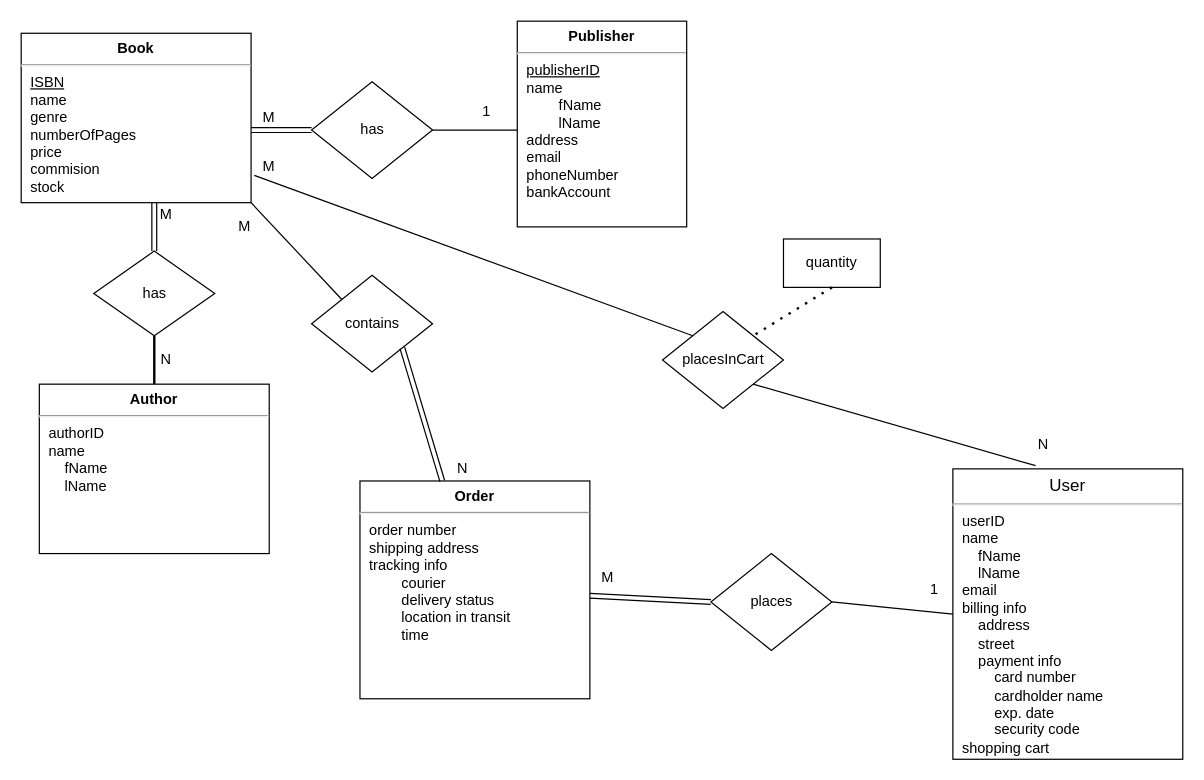
Above: report/ERDiagram.drawio in phampe68/COMP3005FinalProject (draw.io), before the change. Source tidied: cells renumbered, new cells numbered last; positions are measured from the earlier drawing's top-left corner, leaving out a move shared by most shapes. Both pictures are drawn from the tidied source at 121%, with x=0, y=0 at pixel (21, 21).
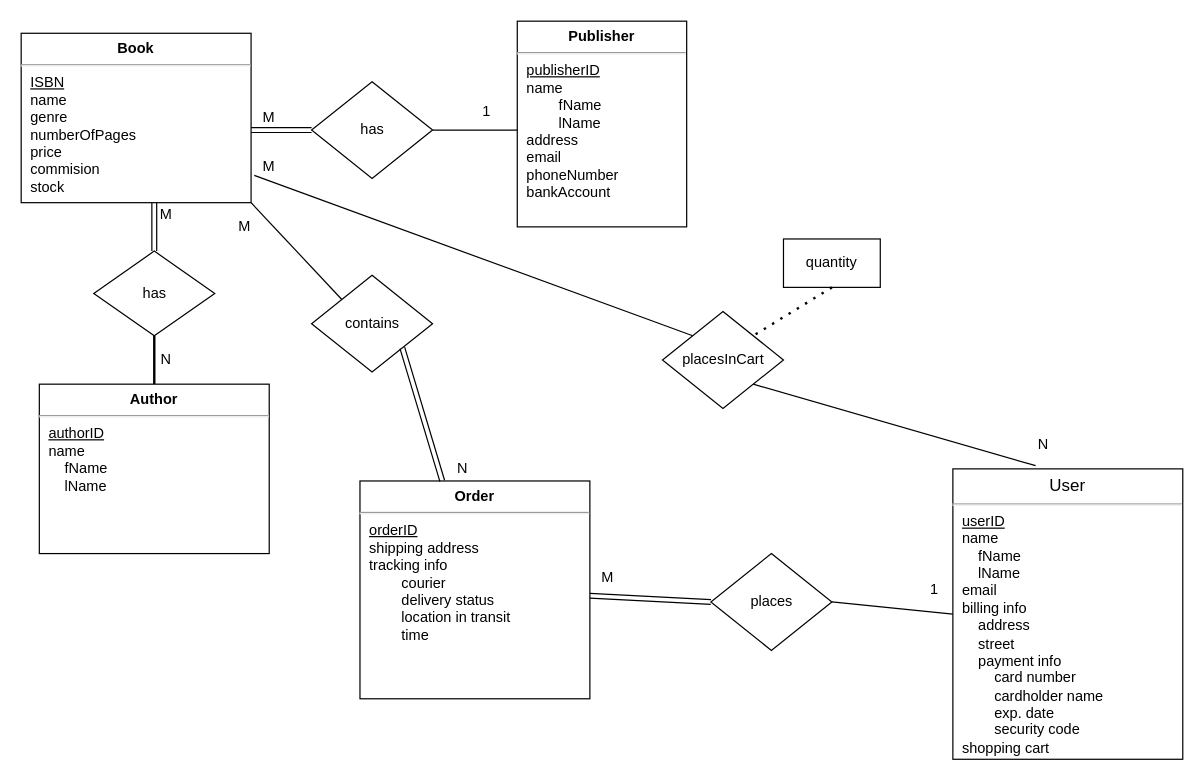
After the change.

Change to the diagram source:
```diff
@@
-    <mxCell id="14" value="&lt;p style=&quot;margin: 0px ; margin-top: 6px ; text-align: center&quot;&gt;&lt;b&gt;Author&lt;/b&gt;&lt;/p&gt;&lt;hr&gt;&lt;p style=&quot;margin: 0px ; margin-left: 8px&quot;&gt;authorID&lt;br style=&quot;padding: 0px ; margin: 0px&quot;&gt;name&lt;br style=&quot;padding: 0px ; margin: 0px&quot;&gt;&amp;nbsp;&amp;nbsp;&amp;nbsp;&amp;nbsp;fName&lt;br style=&quot;padding: 0px ; margin: 0px&quot;&gt;&amp;nbsp;&amp;nbsp;&amp;nbsp;&amp;nbsp;lName&lt;/p&gt;&lt;div style=&quot;padding: 0px ; margin: 0px&quot;&gt;&lt;br style=&quot;padding: 0px ; margin: 0px&quot;&gt;&lt;/div&gt;&lt;p style=&quot;margin: 0px ; margin-left: 8px&quot;&gt;&lt;br&gt;&lt;/p&gt;&lt;p style=&quot;margin: 0px ; margin-left: 8px&quot;&gt;&lt;br&gt;&lt;/p&gt;&lt;p style=&quot;margin: 0px ; margin-left: 8px&quot;&gt;&lt;br&gt;&lt;/p&gt;&lt;p style=&quot;margin: 0px ; margin-left: 8px&quot;&gt;&lt;br&gt;&lt;/p&gt;&lt;p style=&quot;margin: 0px ; margin-left: 8px&quot;&gt;&lt;br&gt;&lt;/p&gt;&lt;p style=&quot;margin: 0px ; margin-left: 8px&quot;&gt;&lt;br&gt;&lt;/p&gt;&lt;p style=&quot;margin: 0px ; margin-left: 8px&quot;&gt;&lt;br&gt;&lt;/p&gt;" style="align=left;overflow=fill;html=1;" parent="1" vertex="1">
+    <mxCell id="14" value="&lt;p style=&quot;margin: 0px ; margin-top: 6px ; text-align: center&quot;&gt;&lt;b&gt;Author&lt;/b&gt;&lt;/p&gt;&lt;hr&gt;&lt;p style=&quot;margin: 0px ; margin-left: 8px&quot;&gt;&lt;u&gt;authorID&lt;/u&gt;&lt;br style=&quot;padding: 0px ; margin: 0px&quot;&gt;name&lt;br style=&quot;padding: 0px ; margin: 0px&quot;&gt;&amp;nbsp;&amp;nbsp;&amp;nbsp;&amp;nbsp;fName&lt;br style=&quot;padding: 0px ; margin: 0px&quot;&gt;&amp;nbsp;&amp;nbsp;&amp;nbsp;&amp;nbsp;lName&lt;/p&gt;&lt;div style=&quot;padding: 0px ; margin: 0px&quot;&gt;&lt;br style=&quot;padding: 0px ; margin: 0px&quot;&gt;&lt;/div&gt;&lt;p style=&quot;margin: 0px ; margin-left: 8px&quot;&gt;&lt;br&gt;&lt;/p&gt;&lt;p style=&quot;margin: 0px ; margin-left: 8px&quot;&gt;&lt;br&gt;&lt;/p&gt;&lt;p style=&quot;margin: 0px ; margin-left: 8px&quot;&gt;&lt;br&gt;&lt;/p&gt;&lt;p style=&quot;margin: 0px ; margin-left: 8px&quot;&gt;&lt;br&gt;&lt;/p&gt;&lt;p style=&quot;margin: 0px ; margin-left: 8px&quot;&gt;&lt;br&gt;&lt;/p&gt;&lt;p style=&quot;margin: 0px ; margin-left: 8px&quot;&gt;&lt;br&gt;&lt;/p&gt;&lt;p style=&quot;margin: 0px ; margin-left: 8px&quot;&gt;&lt;br&gt;&lt;/p&gt;" style="align=left;overflow=fill;html=1;" parent="1" vertex="1">
       <mxGeometry x="15" y="300" width="190" height="140" as="geometry" />
     </mxCell>
-    <mxCell id="15" value="&lt;p style=&quot;margin: 0px ; margin-top: 6px ; text-align: center&quot;&gt;&lt;span style=&quot;font-size: 14px&quot;&gt;User&lt;/span&gt;&lt;br&gt;&lt;/p&gt;&lt;hr&gt;&lt;p style=&quot;margin: 0px ; margin-left: 8px&quot;&gt;userID&lt;/p&gt;&lt;p style=&quot;margin: 0px ; margin-left: 8px&quot;&gt;name&lt;br style=&quot;padding: 0px ; margin: 0px&quot;&gt;&amp;nbsp;&amp;nbsp;&amp;nbsp;&amp;nbsp;fName&lt;br style=&quot;padding: 0px ; margin: 0px&quot;&gt;&amp;nbsp;&amp;nbsp;&amp;nbsp;&amp;nbsp;lName&lt;br style=&quot;padding: 0px ; margin: 0px&quot;&gt;email&lt;br style=&quot;padding: 0px ; margin: 0px&quot;&gt;billing info&lt;br style=&quot;padding: 0px ; margin: 0px&quot;&gt;&amp;nbsp;&amp;nbsp;&amp;nbsp;&amp;nbsp;address&lt;br style=&quot;padding: 0px ; margin: 0px&quot;&gt;&amp;nbsp;&amp;nbsp;&amp;nbsp;&amp;nbsp;street&lt;br style=&quot;padding: 0px ; margin: 0px&quot;&gt;&amp;nbsp;&amp;nbsp;&amp;nbsp;&amp;nbsp;payment info&lt;br style=&quot;padding: 0px ; margin: 0px&quot;&gt;&amp;nbsp;&amp;nbsp;&amp;nbsp;&amp;nbsp;&amp;nbsp;&amp;nbsp;&amp;nbsp;&amp;nbsp;card number&lt;br style=&quot;padding: 0px ; margin: 0px&quot;&gt;&amp;nbsp;&amp;nbsp;&amp;nbsp;&amp;nbsp;&amp;nbsp;&amp;nbsp;&amp;nbsp;&amp;nbsp;cardholder name&lt;br style=&quot;padding: 0px ; margin: 0px&quot;&gt;&amp;nbsp;&amp;nbsp;&amp;nbsp;&amp;nbsp;&amp;nbsp;&amp;nbsp;&amp;nbsp;&amp;nbsp;exp. date&lt;br style=&quot;padding: 0px ; margin: 0px&quot;&gt;&amp;nbsp;&amp;nbsp;&amp;nbsp;&amp;nbsp;&amp;nbsp;&amp;nbsp;&amp;nbsp;&amp;nbsp;security code&lt;/p&gt;&lt;p style=&quot;margin: 0px ; margin-left: 8px&quot;&gt;shopping cart&lt;/p&gt;&lt;p style=&quot;margin: 0px ; margin-left: 8px&quot;&gt;&lt;span style=&quot;white-space: pre&quot;&gt;&#9;&lt;/span&gt;&lt;br&gt;&lt;/p&gt;&lt;div style=&quot;padding: 0px ; margin: 0px&quot;&gt;&lt;br style=&quot;padding: 0px ; margin: 0px&quot;&gt;&lt;/div&gt;&lt;div style=&quot;padding: 0px ; margin: 0px&quot;&gt;&lt;br style=&quot;padding: 0px ; margin: 0px&quot;&gt;&lt;/div&gt;&lt;p style=&quot;margin: 0px ; margin-left: 8px&quot;&gt;&lt;br&gt;&lt;/p&gt;&lt;p style=&quot;margin: 0px ; margin-left: 8px&quot;&gt;&lt;br&gt;&lt;/p&gt;&lt;p style=&quot;margin: 0px ; margin-left: 8px&quot;&gt;&lt;br&gt;&lt;/p&gt;&lt;p style=&quot;margin: 0px ; margin-left: 8px&quot;&gt;&lt;br&gt;&lt;/p&gt;&lt;p style=&quot;margin: 0px ; margin-left: 8px&quot;&gt;&lt;br&gt;&lt;/p&gt;&lt;p style=&quot;margin: 0px ; margin-left: 8px&quot;&gt;&lt;br&gt;&lt;/p&gt;&lt;p style=&quot;margin: 0px ; margin-left: 8px&quot;&gt;&lt;br&gt;&lt;/p&gt;" style="align=left;overflow=fill;html=1;" parent="1" vertex="1">
+    <mxCell id="15" value="&lt;p style=&quot;margin: 0px ; margin-top: 6px ; text-align: center&quot;&gt;&lt;span style=&quot;font-size: 14px&quot;&gt;User&lt;/span&gt;&lt;br&gt;&lt;/p&gt;&lt;hr&gt;&lt;p style=&quot;margin: 0px ; margin-left: 8px&quot;&gt;&lt;u&gt;userID&lt;/u&gt;&lt;/p&gt;&lt;p style=&quot;margin: 0px ; margin-left: 8px&quot;&gt;name&lt;br style=&quot;padding: 0px ; margin: 0px&quot;&gt;&amp;nbsp;&amp;nbsp;&amp;nbsp;&amp;nbsp;fName&lt;br style=&quot;padding: 0px ; margin: 0px&quot;&gt;&amp;nbsp;&amp;nbsp;&amp;nbsp;&amp;nbsp;lName&lt;br style=&quot;padding: 0px ; margin: 0px&quot;&gt;email&lt;br style=&quot;padding: 0px ; margin: 0px&quot;&gt;billing info&lt;br style=&quot;padding: 0px ; margin: 0px&quot;&gt;&amp;nbsp;&amp;nbsp;&amp;nbsp;&amp;nbsp;address&lt;br style=&quot;padding: 0px ; margin: 0px&quot;&gt;&amp;nbsp;&amp;nbsp;&amp;nbsp;&amp;nbsp;street&lt;br style=&quot;padding: 0px ; margin: 0px&quot;&gt;&amp;nbsp;&amp;nbsp;&amp;nbsp;&amp;nbsp;payment info&lt;br style=&quot;padding: 0px ; margin: 0px&quot;&gt;&amp;nbsp;&amp;nbsp;&amp;nbsp;&amp;nbsp;&amp;nbsp;&amp;nbsp;&amp;nbsp;&amp;nbsp;card number&lt;br style=&quot;padding: 0px ; margin: 0px&quot;&gt;&amp;nbsp;&amp;nbsp;&amp;nbsp;&amp;nbsp;&amp;nbsp;&amp;nbsp;&amp;nbsp;&amp;nbsp;cardholder name&lt;br style=&quot;padding: 0px ; margin: 0px&quot;&gt;&amp;nbsp;&amp;nbsp;&amp;nbsp;&amp;nbsp;&amp;nbsp;&amp;nbsp;&amp;nbsp;&amp;nbsp;exp. date&lt;br style=&quot;padding: 0px ; margin: 0px&quot;&gt;&amp;nbsp;&amp;nbsp;&amp;nbsp;&amp;nbsp;&amp;nbsp;&amp;nbsp;&amp;nbsp;&amp;nbsp;security code&lt;/p&gt;&lt;p style=&quot;margin: 0px ; margin-left: 8px&quot;&gt;shopping cart&lt;/p&gt;&lt;p style=&quot;margin: 0px ; margin-left: 8px&quot;&gt;&lt;span style=&quot;white-space: pre&quot;&gt;&#9;&lt;/span&gt;&lt;br&gt;&lt;/p&gt;&lt;div style=&quot;padding: 0px ; margin: 0px&quot;&gt;&lt;br style=&quot;padding: 0px ; margin: 0px&quot;&gt;&lt;/div&gt;&lt;div style=&quot;padding: 0px ; margin: 0px&quot;&gt;&lt;br style=&quot;padding: 0px ; margin: 0px&quot;&gt;&lt;/div&gt;&lt;p style=&quot;margin: 0px ; margin-left: 8px&quot;&gt;&lt;br&gt;&lt;/p&gt;&lt;p style=&quot;margin: 0px ; margin-left: 8px&quot;&gt;&lt;br&gt;&lt;/p&gt;&lt;p style=&quot;margin: 0px ; margin-left: 8px&quot;&gt;&lt;br&gt;&lt;/p&gt;&lt;p style=&quot;margin: 0px ; margin-left: 8px&quot;&gt;&lt;br&gt;&lt;/p&gt;&lt;p style=&quot;margin: 0px ; margin-left: 8px&quot;&gt;&lt;br&gt;&lt;/p&gt;&lt;p style=&quot;margin: 0px ; margin-left: 8px&quot;&gt;&lt;br&gt;&lt;/p&gt;&lt;p style=&quot;margin: 0px ; margin-left: 8px&quot;&gt;&lt;br&gt;&lt;/p&gt;" style="align=left;overflow=fill;html=1;" parent="1" vertex="1">
       <mxGeometry x="770" y="370" width="190" height="240" as="geometry" />
     </mxCell>
-    <mxCell id="16" value="&lt;p style=&quot;margin: 0px ; margin-top: 6px ; text-align: center&quot;&gt;&lt;b&gt;Order&lt;/b&gt;&lt;/p&gt;&lt;hr&gt;&lt;p style=&quot;margin: 0px ; margin-left: 8px&quot;&gt;order number&lt;br style=&quot;padding: 0px ; margin: 0px&quot;&gt;shipping address&lt;br style=&quot;padding: 0px ; margin: 0px&quot;&gt;tracking info&amp;nbsp;&lt;/p&gt;&lt;p style=&quot;margin: 0px ; margin-left: 8px&quot;&gt;&lt;span style=&quot;white-space: pre&quot;&gt;&#9;&lt;/span&gt;courier&lt;/p&gt;&lt;p style=&quot;margin: 0px ; margin-left: 8px&quot;&gt;&lt;span style=&quot;white-space: pre&quot;&gt;&#9;&lt;/span&gt;delivery status&amp;nbsp;&lt;/p&gt;&lt;p style=&quot;margin: 0px ; margin-left: 8px&quot;&gt;&lt;span style=&quot;white-space: pre&quot;&gt;&#9;&lt;/span&gt;location in transit&amp;nbsp;&lt;/p&gt;&lt;p style=&quot;margin: 0px ; margin-left: 8px&quot;&gt;&lt;span style=&quot;white-space: pre&quot;&gt;&#9;&lt;/span&gt;time&lt;br&gt;&lt;/p&gt;&lt;div style=&quot;padding: 0px ; margin: 0px&quot;&gt;&lt;br style=&quot;padding: 0px ; margin: 0px&quot;&gt;&lt;/div&gt;&lt;p style=&quot;margin: 0px ; margin-left: 8px&quot;&gt;&lt;br&gt;&lt;/p&gt;&lt;p style=&quot;margin: 0px ; margin-left: 8px&quot;&gt;&lt;br&gt;&lt;/p&gt;&lt;p style=&quot;margin: 0px ; margin-left: 8px&quot;&gt;&lt;br&gt;&lt;/p&gt;&lt;p style=&quot;margin: 0px ; margin-left: 8px&quot;&gt;&lt;br&gt;&lt;/p&gt;&lt;p style=&quot;margin: 0px ; margin-left: 8px&quot;&gt;&lt;br&gt;&lt;/p&gt;&lt;p style=&quot;margin: 0px ; margin-left: 8px&quot;&gt;&lt;br&gt;&lt;/p&gt;&lt;p style=&quot;margin: 0px ; margin-left: 8px&quot;&gt;&lt;br&gt;&lt;/p&gt;" style="align=left;overflow=fill;html=1;" parent="1" vertex="1">
+    <mxCell id="16" value="&lt;p style=&quot;margin: 0px ; margin-top: 6px ; text-align: center&quot;&gt;&lt;b&gt;Order&lt;/b&gt;&lt;/p&gt;&lt;hr&gt;&lt;p style=&quot;margin: 0px ; margin-left: 8px&quot;&gt;&lt;u&gt;orderID&lt;/u&gt;&lt;br style=&quot;padding: 0px ; margin: 0px&quot;&gt;shipping address&lt;br style=&quot;padding: 0px ; margin: 0px&quot;&gt;tracking info&amp;nbsp;&lt;/p&gt;&lt;p style=&quot;margin: 0px ; margin-left: 8px&quot;&gt;&lt;span style=&quot;white-space: pre&quot;&gt;&#9;&lt;/span&gt;courier&lt;/p&gt;&lt;p style=&quot;margin: 0px ; margin-left: 8px&quot;&gt;&lt;span style=&quot;white-space: pre&quot;&gt;&#9;&lt;/span&gt;delivery status&amp;nbsp;&lt;/p&gt;&lt;p style=&quot;margin: 0px ; margin-left: 8px&quot;&gt;&lt;span style=&quot;white-space: pre&quot;&gt;&#9;&lt;/span&gt;location in transit&amp;nbsp;&lt;/p&gt;&lt;p style=&quot;margin: 0px ; margin-left: 8px&quot;&gt;&lt;span style=&quot;white-space: pre&quot;&gt;&#9;&lt;/span&gt;time&lt;br&gt;&lt;/p&gt;&lt;div style=&quot;padding: 0px ; margin: 0px&quot;&gt;&lt;br style=&quot;padding: 0px ; margin: 0px&quot;&gt;&lt;/div&gt;&lt;p style=&quot;margin: 0px ; margin-left: 8px&quot;&gt;&lt;br&gt;&lt;/p&gt;&lt;p style=&quot;margin: 0px ; margin-left: 8px&quot;&gt;&lt;br&gt;&lt;/p&gt;&lt;p style=&quot;margin: 0px ; margin-left: 8px&quot;&gt;&lt;br&gt;&lt;/p&gt;&lt;p style=&quot;margin: 0px ; margin-left: 8px&quot;&gt;&lt;br&gt;&lt;/p&gt;&lt;p style=&quot;margin: 0px ; margin-left: 8px&quot;&gt;&lt;br&gt;&lt;/p&gt;&lt;p style=&quot;margin: 0px ; margin-left: 8px&quot;&gt;&lt;br&gt;&lt;/p&gt;&lt;p style=&quot;margin: 0px ; margin-left: 8px&quot;&gt;&lt;br&gt;&lt;/p&gt;" style="align=left;overflow=fill;html=1;" parent="1" vertex="1">
       <mxGeometry x="280" y="380" width="190" height="180" as="geometry" />
     </mxCell>
```
